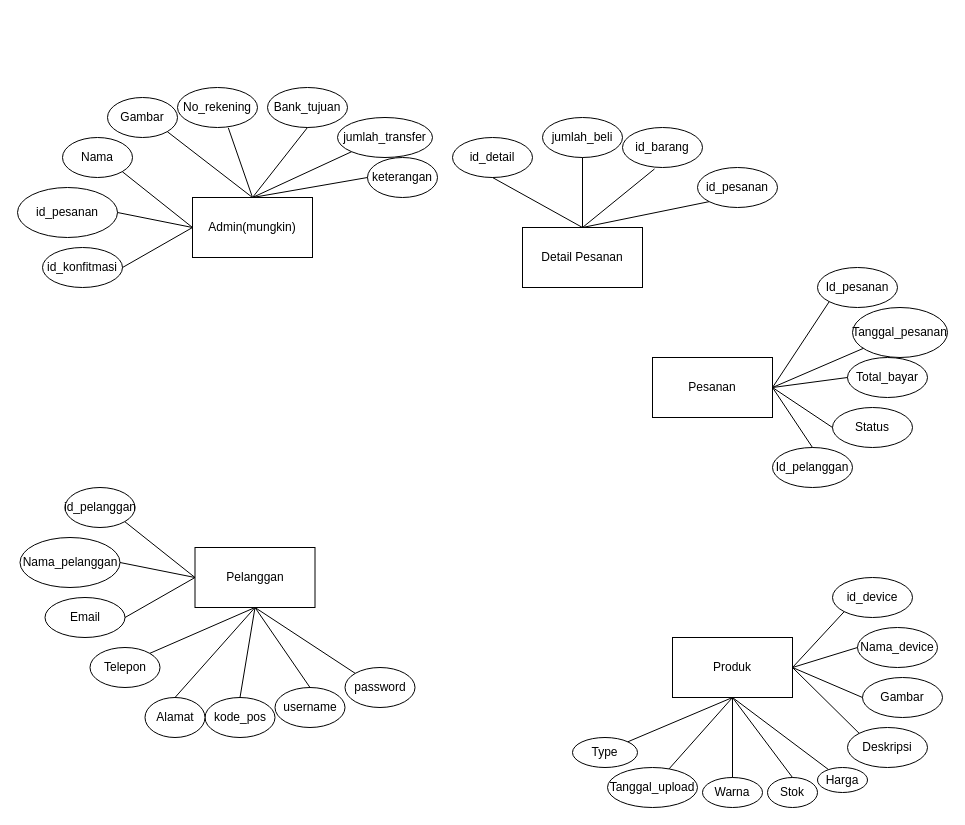
AkbarDes808/DIagram keeps this draw.io diagram as page "ERD" (1 of 2) of Untitled Diagram(3).drawio. Above is the earlier version. Source tidied: cells renumbered, new cells numbered last; positions are measured from the earlier drawing's top-left corner, leaving out a move shared by most shapes. Both pictures are drawn from the tidied source at 100%, with x=0, y=0 at pixel (17, 87).
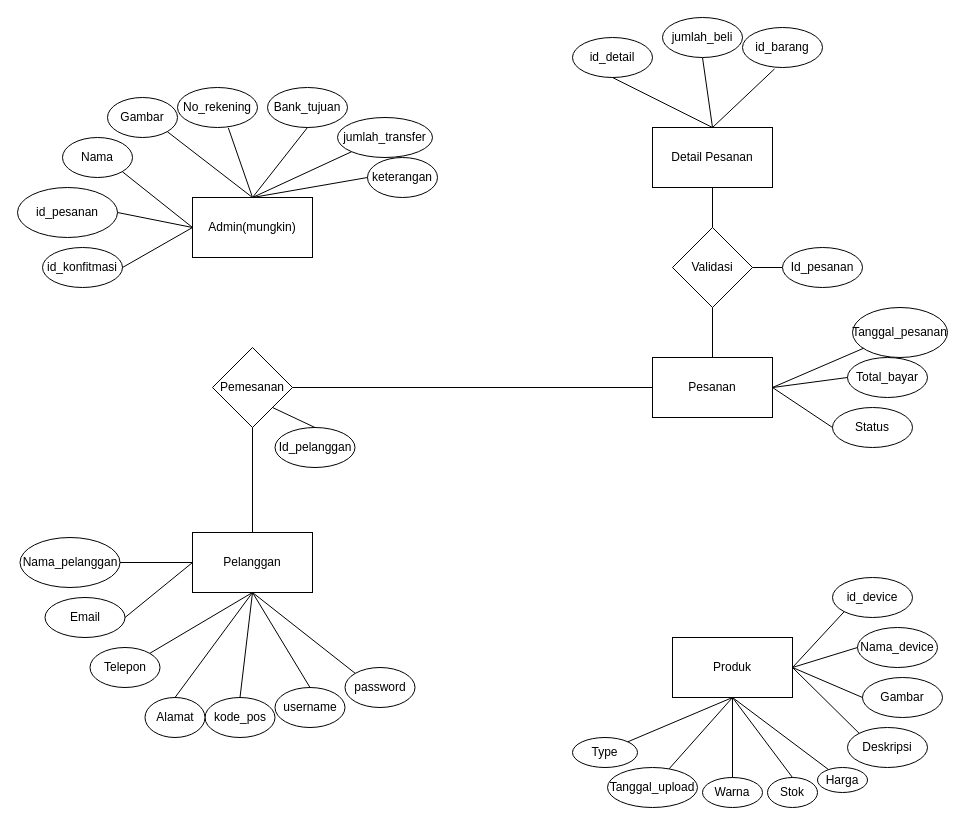
Above is the later version.

The change refers to these unchanged cells:
```xml
<mxCell id="2" value="Pesanan" style="rounded=0;whiteSpace=wrap;html=1;" parent="1" vertex="1">
  <mxGeometry x="635" y="270" width="120" height="60" as="geometry" />
</mxCell>
```

What changed in the source:
```diff
@@
     <mxCell id="3" value="Pelanggan " style="rounded=0;whiteSpace=wrap;html=1;" parent="1" vertex="1">
-      <mxGeometry x="177.5" y="460" width="120" height="60" as="geometry" />
+      <mxGeometry x="175" y="445" width="120" height="60" as="geometry" />
     </mxCell>
@@
-    <mxCell id="6" value="id_pelanggan" style="ellipse;whiteSpace=wrap;html=1;" parent="1" vertex="1">
-      <mxGeometry x="47.5" y="400" width="70" height="40" as="geometry" />
-    </mxCell>
@@
-    <mxCell id="12" style="endArrow=none;html=1;rounded=0;exitX=1;exitY=1;exitDx=0;exitDy=0;entryX=0;entryY=0.5;entryDx=0;entryDy=0;" parent="1" edge="1" source="6" target="3">
-      <mxGeometry relative="1" as="geometry" />
-    </mxCell>
@@
-    <mxCell id="18" value="Id_pesanan" style="ellipse;whiteSpace=wrap;html=1;" parent="1" vertex="1">
-      <mxGeometry x="800" y="180" width="80" height="40" as="geometry" />
-    </mxCell>
@@
     <mxCell id="20" value="Id_pelanggan" style="ellipse;whiteSpace=wrap;html=1;" parent="1" vertex="1">
-      <mxGeometry x="755" y="360" width="80" height="40" as="geometry" />
+      <mxGeometry x="257.5" y="340" width="80" height="40" as="geometry" />
     </mxCell>
-    <mxCell id="21" style="endArrow=none;html=1;rounded=0;entryX=0;entryY=1;entryDx=0;entryDy=0;exitX=1;exitY=0.5;exitDx=0;exitDy=0;" parent="1" edge="1" source="2" target="18">
-      <mxGeometry relative="1" as="geometry" />
-    </mxCell>
@@
-    <mxCell id="25" style="endArrow=none;html=1;rounded=0;entryX=0.5;entryY=0;entryDx=0;entryDy=0;exitX=1;exitY=0.5;exitDx=0;exitDy=0;" parent="1" edge="1" source="2" target="20">
+    <mxCell id="25" style="endArrow=none;html=1;rounded=0;entryX=0.5;entryY=0;entryDx=0;entryDy=0;exitX=1;exitY=1;exitDx=0;exitDy=0;" parent="1" edge="1" source="75" target="20">
       <mxGeometry relative="1" as="geometry" />
     </mxCell>
@@
     <mxCell id="49" value="Detail Pesanan" style="rounded=0;whiteSpace=wrap;html=1;" parent="1" vertex="1">
-      <mxGeometry x="505" y="140" width="120" height="60" as="geometry" />
+      <mxGeometry x="635" y="40" width="120" height="60" as="geometry" />
     </mxCell>
     <mxCell id="50" value="id_detail" style="ellipse;whiteSpace=wrap;html=1;" parent="1" vertex="1">
-      <mxGeometry x="435" y="50" width="80" height="40" as="geometry" />
+      <mxGeometry x="555" y="-50" width="80" height="40" as="geometry" />
     </mxCell>
-    <mxCell id="51" value="id_pesanan" style="ellipse;whiteSpace=wrap;html=1;" parent="1" vertex="1">
-      <mxGeometry x="680" y="80" width="80" height="40" as="geometry" />
-    </mxCell>
     <mxCell id="52" value="jumlah_beli" style="ellipse;whiteSpace=wrap;html=1;" parent="1" vertex="1">
-      <mxGeometry x="525" y="30" width="80" height="40" as="geometry" />
+      <mxGeometry x="645" y="-70" width="80" height="40" as="geometry" />
     </mxCell>
     <mxCell id="53" value="id_barang" style="ellipse;whiteSpace=wrap;html=1;" parent="1" vertex="1">
-      <mxGeometry x="605" y="40" width="80" height="40" as="geometry" />
+      <mxGeometry x="725" y="-60" width="80" height="40" as="geometry" />
     </mxCell>
-    <mxCell id="54" style="endArrow=none;html=1;rounded=0;entryX=0;entryY=1;entryDx=0;entryDy=0;exitX=0.5;exitY=0;exitDx=0;exitDy=0;" parent="1" edge="1" source="49" target="51">
-      <mxGeometry relative="1" as="geometry" />
-    </mxCell>
@@
+    <mxCell id="75" value="Pemesanan" style="rhombus;whiteSpace=wrap;html=1;" parent="1" vertex="1">
+      <mxGeometry x="195" y="260" width="80" height="80" as="geometry" />
+    </mxCell>
+    <mxCell id="76" style="endArrow=none;html=1;rounded=0;entryX=0;entryY=0.5;entryDx=0;entryDy=0;exitX=1;exitY=0.5;exitDx=0;exitDy=0;" parent="1" edge="1" source="75" target="2">
+      <mxGeometry relative="1" as="geometry" />
+    </mxCell>
+    <mxCell id="77" style="endArrow=none;html=1;rounded=0;entryX=0.5;entryY=1;entryDx=0;entryDy=0;exitX=0.5;exitY=0;exitDx=0;exitDy=0;" parent="1" edge="1" source="3" target="75">
+      <mxGeometry relative="1" as="geometry" />
+    </mxCell>
+    <mxCell id="18" value="Id_pesanan" style="ellipse;whiteSpace=wrap;html=1;" parent="1" vertex="1">
+      <mxGeometry x="765" y="160" width="80" height="40" as="geometry" />
+    </mxCell>
+    <mxCell id="78" style="endArrow=none;html=1;rounded=0;entryX=0;entryY=0.5;entryDx=0;entryDy=0;exitX=1;exitY=0.5;exitDx=0;exitDy=0;" parent="1" edge="1" source="79" target="18">
+      <mxGeometry relative="1" as="geometry" />
+    </mxCell>
+    <mxCell id="79" value="Validasi" style="rhombus;whiteSpace=wrap;html=1;" parent="1" vertex="1">
+      <mxGeometry x="655" y="140" width="80" height="80" as="geometry" />
+    </mxCell>
+    <mxCell id="80" style="endArrow=none;html=1;rounded=0;entryX=0.5;entryY=0;entryDx=0;entryDy=0;exitX=0.5;exitY=1;exitDx=0;exitDy=0;" parent="1" edge="1" source="79" target="2">
+      <mxGeometry relative="1" as="geometry" />
+    </mxCell>
+    <mxCell id="81" style="endArrow=none;html=1;rounded=0;entryX=0.5;entryY=0;entryDx=0;entryDy=0;exitX=0.5;exitY=1;exitDx=0;exitDy=0;" parent="1" edge="1" source="49" target="79">
+      <mxGeometry relative="1" as="geometry" />
+    </mxCell>
```
